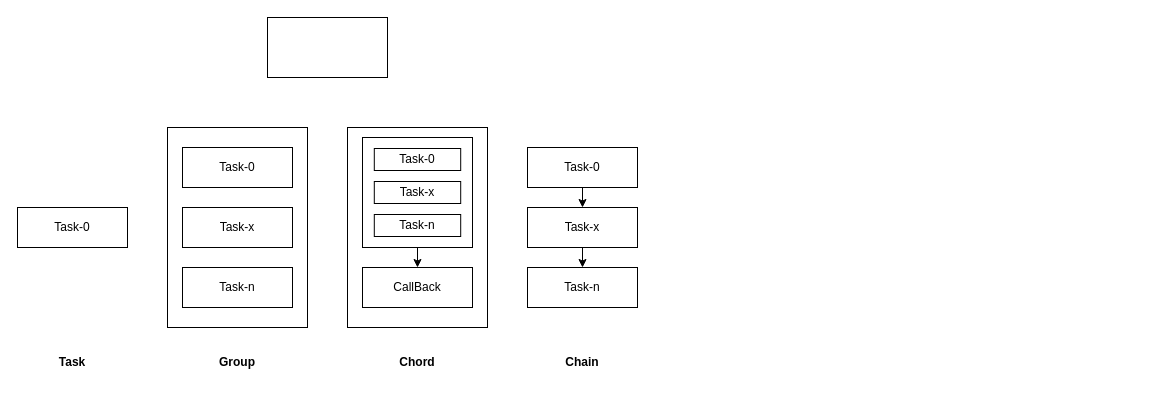
Before: draw/workflow.dio in fy403/aurora, a draw.io diagram. Source tidied: cells renumbered, new cells numbered last; positions are measured from the earlier drawing's top-left corner, leaving out a move shared by most shapes. Both pictures are drawn from the tidied source at 100%, with x=0, y=0 at pixel (17, 17).
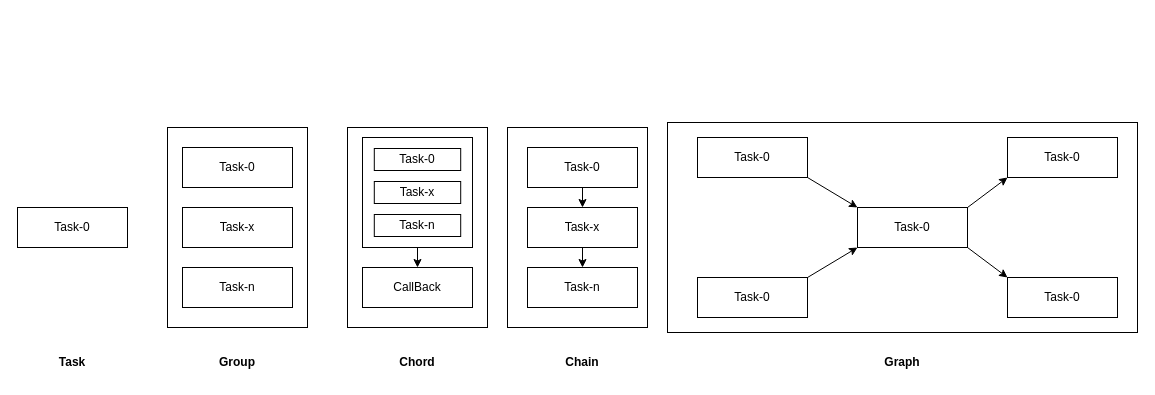
The same diagram, later.

The edit, as a diff of the source:
```diff
@@
+    <mxCell id="25" style="rounded=0;whiteSpace=wrap;html=1;" parent="1" vertex="1">
+      <mxGeometry x="490" y="110" width="140" height="200" as="geometry" />
+    </mxCell>
+    <mxCell id="26" style="rounded=0;whiteSpace=wrap;html=1;" parent="1" vertex="1">
+      <mxGeometry x="650" y="105" width="470" height="210" as="geometry" />
+    </mxCell>
@@
-    <mxCell id="24" style="rounded=0;whiteSpace=wrap;html=1;" parent="1" vertex="1">
-      <mxGeometry x="250" width="120" height="60" as="geometry" />
-    </mxCell>
+    <mxCell id="27" style="edgeStyle=none;html=1;exitX=1;exitY=1;exitDx=0;exitDy=0;entryX=0;entryY=0;entryDx=0;entryDy=0;" parent="1" edge="1" source="28" target="31">
+      <mxGeometry relative="1" as="geometry" />
+    </mxCell>
+    <mxCell id="28" value="Task-0" style="rounded=0;whiteSpace=wrap;html=1;" parent="1" vertex="1">
+      <mxGeometry x="680" y="120" width="110" height="40" as="geometry" />
+    </mxCell>
+    <mxCell id="29" style="edgeStyle=none;html=1;exitX=1;exitY=1;exitDx=0;exitDy=0;entryX=0;entryY=0;entryDx=0;entryDy=0;" parent="1" edge="1" source="31" target="35">
+      <mxGeometry relative="1" as="geometry" />
+    </mxCell>
+    <mxCell id="30" style="edgeStyle=none;html=1;exitX=1;exitY=0;exitDx=0;exitDy=0;entryX=0;entryY=1;entryDx=0;entryDy=0;" parent="1" edge="1" source="31" target="34">
+      <mxGeometry relative="1" as="geometry" />
+    </mxCell>
+    <mxCell id="31" value="Task-0" style="rounded=0;whiteSpace=wrap;html=1;" parent="1" vertex="1">
+      <mxGeometry x="840" y="190" width="110" height="40" as="geometry" />
+    </mxCell>
+    <mxCell id="32" style="edgeStyle=none;html=1;exitX=1;exitY=0;exitDx=0;exitDy=0;entryX=0;entryY=1;entryDx=0;entryDy=0;" parent="1" edge="1" source="33" target="31">
+      <mxGeometry relative="1" as="geometry" />
+    </mxCell>
+    <mxCell id="33" value="Task-0" style="rounded=0;whiteSpace=wrap;html=1;" parent="1" vertex="1">
+      <mxGeometry x="680" y="260" width="110" height="40" as="geometry" />
+    </mxCell>
+    <mxCell id="34" value="Task-0" style="rounded=0;whiteSpace=wrap;html=1;" parent="1" vertex="1">
+      <mxGeometry x="990" y="120" width="110" height="40" as="geometry" />
+    </mxCell>
+    <mxCell id="35" value="Task-0" style="rounded=0;whiteSpace=wrap;html=1;" parent="1" vertex="1">
+      <mxGeometry x="990" y="260" width="110" height="40" as="geometry" />
+    </mxCell>
+    <mxCell id="36" value="Graph" style="text;html=1;strokeColor=none;fillColor=none;align=center;verticalAlign=middle;whiteSpace=wrap;rounded=0;fontStyle=1;" parent="1" vertex="1">
+      <mxGeometry x="855" y="330" width="60" height="30" as="geometry" />
+    </mxCell>
```
